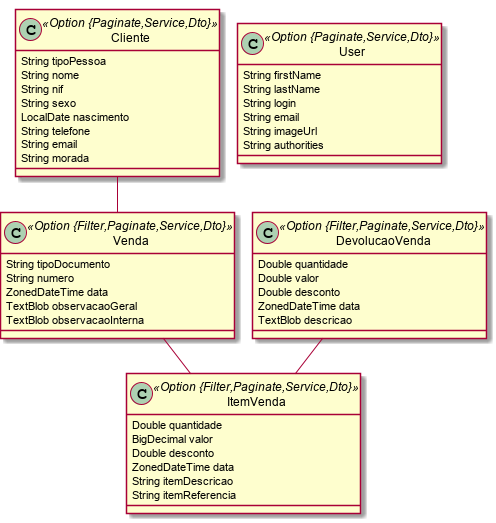
This is Venda.png from ravunana/negocio-domain, a PlantUML export, as it was before one commit. The source it was exported from:
```plantuml
@startuml
	!pragma graphviz_dot jdot
	!pragma syntax class
	class Cliente <<Option {Paginate,Service,Dto}>> {
		String tipoPessoa
		String nome
		String nif
		String sexo
		LocalDate nascimento
		String telefone
		String email
		String morada
	}
	class Venda <<Option {Filter,Paginate,Service,Dto}>> {
		String tipoDocumento
		String numero
		ZonedDateTime data
		TextBlob observacaoGeral
		TextBlob observacaoInterna
	}
	class ItemVenda <<Option {Filter,Paginate,Service,Dto}>> {
		Double quantidade
		BigDecimal valor
		Double desconto
		ZonedDateTime data
		String itemDescricao
		String itemReferencia
	}
	class DevolucaoVenda <<Option {Filter,Paginate,Service,Dto}>> {
		Double quantidade
		Double valor
		Double desconto
		ZonedDateTime data
		TextBlob descricao
	}
	Venda  "0..1 " --o "venda(numero)  1..* "  ItemVenda
	Cliente  "0..1 " --o "cliente(telefone)  1..* "  Venda
	DevolucaoVenda  "item 0..1 " -- "0..1 "  ItemVenda
	class User <<Option {Paginate,Service,Dto}>> {
		String firstName
		String lastName
		String login
		String email
		String imageUrl
		String authorities
	}
@enduml
```
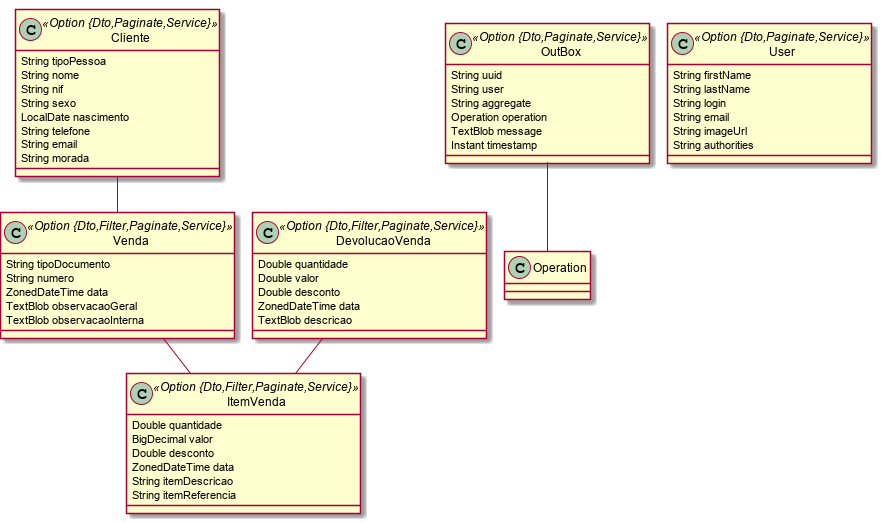
After the commit.

What changed in the source:
```diff
@@ -1,7 +1,7 @@
 @startuml
 	!pragma graphviz_dot jdot
 	!pragma syntax class
-	class Cliente <<Option {Paginate,Service,Dto}>> {
+	class Cliente <<Option {Dto,Paginate,Service}>> {
 		String tipoPessoa
 		String nome
 		String nif
@@ -11,14 +11,14 @@
 		String email
 		String morada
 	}
-	class Venda <<Option {Filter,Paginate,Service,Dto}>> {
+	class Venda <<Option {Dto,Filter,Paginate,Service}>> {
 		String tipoDocumento
 		String numero
 		ZonedDateTime data
 		TextBlob observacaoGeral
 		TextBlob observacaoInterna
 	}
-	class ItemVenda <<Option {Filter,Paginate,Service,Dto}>> {
+	class ItemVenda <<Option {Dto,Filter,Paginate,Service}>> {
 		Double quantidade
 		BigDecimal valor
 		Double desconto
@@ -26,17 +26,26 @@
 		String itemDescricao
 		String itemReferencia
 	}
-	class DevolucaoVenda <<Option {Filter,Paginate,Service,Dto}>> {
+	class DevolucaoVenda <<Option {Dto,Filter,Paginate,Service}>> {
 		Double quantidade
 		Double valor
 		Double desconto
 		ZonedDateTime data
 		TextBlob descricao
 	}
+	class OutBox <<Option {Dto,Paginate,Service}>> {
+		String uuid
+		String user
+		String aggregate
+		Operation operation
+		TextBlob message
+		Instant timestamp
+	}
+	OutBox ..> Operation
 	Venda  "0..1 " --o "venda(numero)  1..* "  ItemVenda
 	Cliente  "0..1 " --o "cliente(telefone)  1..* "  Venda
 	DevolucaoVenda  "item 0..1 " -- "0..1 "  ItemVenda
-	class User <<Option {Paginate,Service,Dto}>> {
+	class User <<Option {Dto,Paginate,Service}>> {
 		String firstName
 		String lastName
 		String login
```
